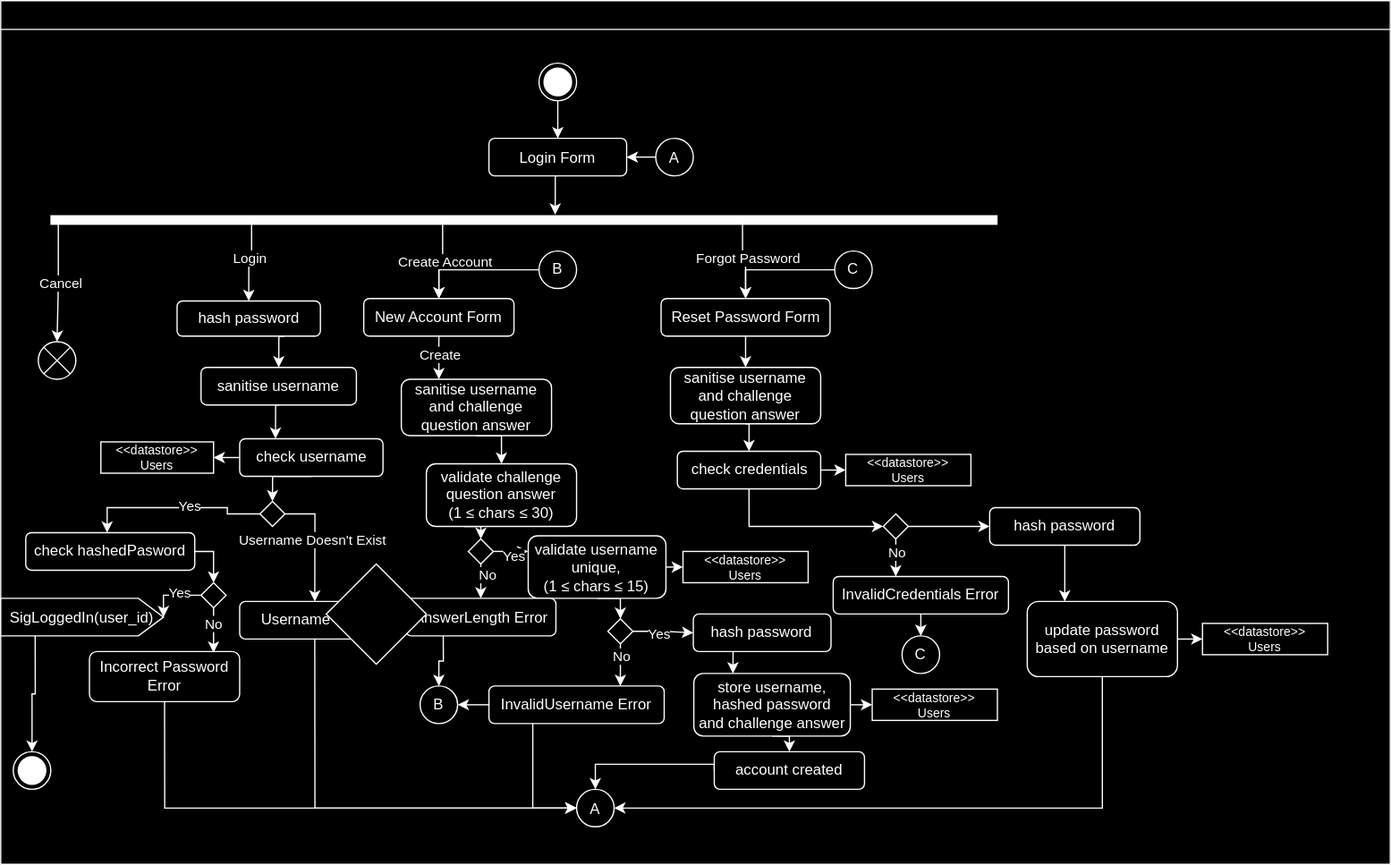
Above: Documentation/images/design/Login_System.svg in JCSnelson/JSnelson-NEA (draw.io), before the change. Source tidied: cells renumbered, new cells last; positions are measured from the earlier drawing's top-left corner, leaving out a move shared by most shapes.
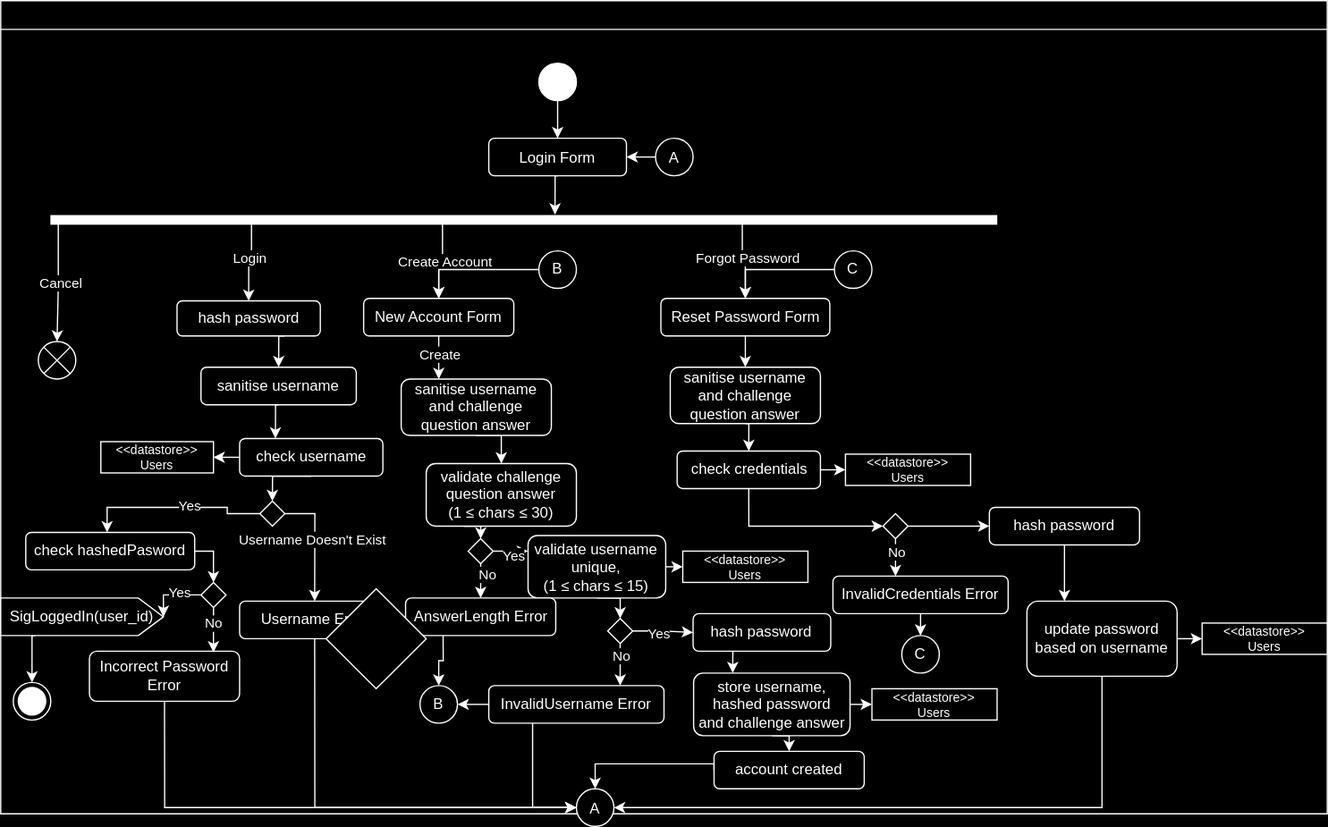
The same file after the commit.

The edit, as a diff of the source:
```diff
@@ -3,7 +3,7 @@
     <mxCell id="0" />
     <mxCell id="1" parent="0" />
     <mxCell id="2" style="swimlane;whiteSpace=wrap;" parent="1" vertex="1">
-      <mxGeometry y="203" width="1110" height="690" as="geometry" />
+      <mxGeometry y="183" width="1060" height="650" as="geometry" />
     </mxCell>
     <mxCell id="3" value="Login Form" style="rounded=1;" parent="2" vertex="1">
       <mxGeometry x="390" y="110" width="110" height="30" as="geometry" />
@@ -79,7 +79,7 @@
       <mxGeometry x="207.1" y="400" width="20" height="20" as="geometry" />
     </mxCell>
     <mxCell id="25" style="ellipse;html=1;shape=endState;fillColor=strokeColor;" parent="2" vertex="1">
-      <mxGeometry x="10" y="600" width="30" height="30" as="geometry" />
+      <mxGeometry x="10" y="545" width="30" height="30" as="geometry" />
     </mxCell>
     <mxCell id="26" style="edgeStyle=orthogonalEdgeStyle;rounded=0;jettySize=auto;html=1;exitX=0;exitY=0.5;exitDx=0;exitDy=0;entryX=1;entryY=0.5;entryDx=0;entryDy=0;" parent="2" edge="1" source="27" target="3">
       <mxGeometry relative="1" as="geometry" />
@@ -149,12 +149,9 @@
     <mxCell id="47" value="InvalidUsername Error" style="rounded=1;whiteSpace=wrap;html=1;" parent="2" vertex="1">
       <mxGeometry x="390" y="547.5" width="140" height="30" as="geometry" />
     </mxCell>
-    <mxCell id="48" style="edgeStyle=orthogonalEdgeStyle;rounded=0;jettySize=auto;html=1;exitX=0.5;exitY=1;exitDx=0;exitDy=0;entryX=0.5;entryY=0;entryDx=0;entryDy=0;" parent="2" edge="1" source="49" target="3">
+    <mxCell id="48" style="edgeStyle=orthogonalEdgeStyle;rounded=0;jettySize=auto;html=1;exitX=0.5;exitY=1;exitDx=0;exitDy=0;entryX=0.5;entryY=0;entryDx=0;entryDy=0;" parent="2" edge="1" source="108" target="3">
       <mxGeometry relative="1" as="geometry" />
     </mxCell>
-    <mxCell id="49" style="ellipse;html=1;shape=endState;fillColor=strokeColor;" parent="2" vertex="1">
-      <mxGeometry x="430" y="50" width="30" height="30" as="geometry" />
-    </mxCell>
     <mxCell id="50" style="edgeStyle=orthogonalEdgeStyle;rounded=0;jettySize=auto;html=1;exitX=0.5;exitY=1;exitDx=0;exitDy=0;entryX=0.25;entryY=0;entryDx=0;entryDy=0;" parent="2" edge="1" source="51" target="54">
       <mxGeometry relative="1" as="geometry" />
     </mxCell>
@@ -333,6 +330,9 @@
     <mxCell id="106" value="&lt;div style=&quot;font-size: 10px;&quot;&gt;&lt;font style=&quot;font-size: 10px;&quot;&gt;&amp;lt;&amp;lt;datastore&amp;gt;&amp;gt;&lt;/font&gt;&lt;/div&gt;&lt;div style=&quot;font-size: 10px;&quot;&gt;&lt;font style=&quot;font-size: 10px;&quot;&gt;Users&lt;br&gt;&lt;/font&gt;&lt;/div&gt;" style="rounded=0;whiteSpace=wrap;html=1;" parent="2" vertex="1">
       <mxGeometry x="960" y="497.5" width="100" height="25" as="geometry" />
     </mxCell>
+    <mxCell id="108" style="ellipse;fillColor=strokeColor;html=1;" parent="2" vertex="1">
+      <mxGeometry x="430" y="50" width="30" height="30" as="geometry" />
+    </mxCell>
     <mxCell id="107" style="rhombus;whiteSpace=wrap;html=1;" parent="1" vertex="1">
       <mxGeometry x="260" y="653" width="80" height="80" as="geometry" />
     </mxCell>
```
